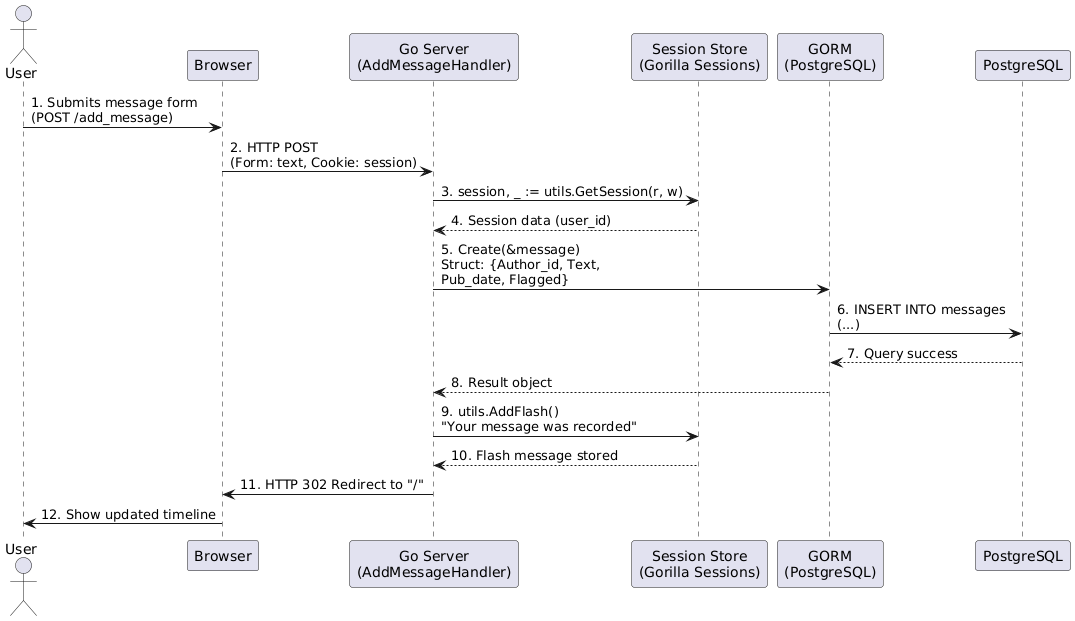
The PlantUML diagram images/user-seq-diagram.png in Dev-ops-Gaming/report, before a commit. Source of this version:
```plantuml
@startuml
actor User
participant Browser
participant "Go Server\n(AddMessageHandler)" as Server
participant "Session Store\n(Gorilla Sessions)" as Session
participant "GORM\n(PostgreSQL)" as GORM
participant "PostgreSQL" as DB

User -> Browser: 1. Submits message form\n(POST /add_message)
Browser -> Server: 2. HTTP POST\n(Form: text, Cookie: session)

Server -> Session: 3. session, _ := utils.GetSession(r, w)
Session --> Server: 4. Session data (user_id)

Server -> GORM: 5. Create(&message)\nStruct: {Author_id, Text,\nPub_date, Flagged}
GORM -> DB: 6. INSERT INTO messages\n(...)
DB --> GORM: 7. Query success
GORM --> Server: 8. Result object

Server -> Session: 9. utils.AddFlash()\n"Your message was recorded"
Session --> Server: 10. Flash message stored

Server -> Browser: 11. HTTP 302 Redirect to "/"
Browser -> User: 12. Show updated timeline
@enduml
```
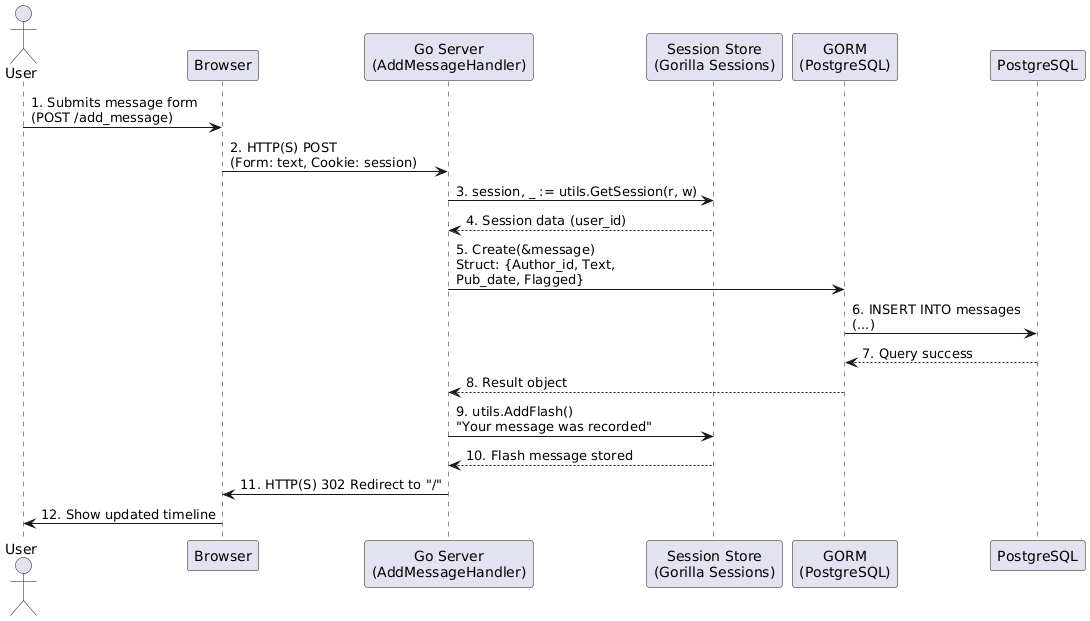
The same file after the commit.

What changed in the source:
```diff
@@ -7,7 +7,7 @@
 participant "PostgreSQL" as DB
 
 User -> Browser: 1. Submits message form\n(POST /add_message)
-Browser -> Server: 2. HTTP POST\n(Form: text, Cookie: session)
+Browser -> Server: 2. HTTP(S) POST\n(Form: text, Cookie: session)
 
 Server -> Session: 3. session, _ := utils.GetSession(r, w)
 Session --> Server: 4. Session data (user_id)
@@ -20,6 +20,6 @@
 Server -> Session: 9. utils.AddFlash()\n"Your message was recorded"
 Session --> Server: 10. Flash message stored
 
-Server -> Browser: 11. HTTP 302 Redirect to "/"
+Server -> Browser: 11. HTTP(S) 302 Redirect to "/"
 Browser -> User: 12. Show updated timeline
 @enduml
```
